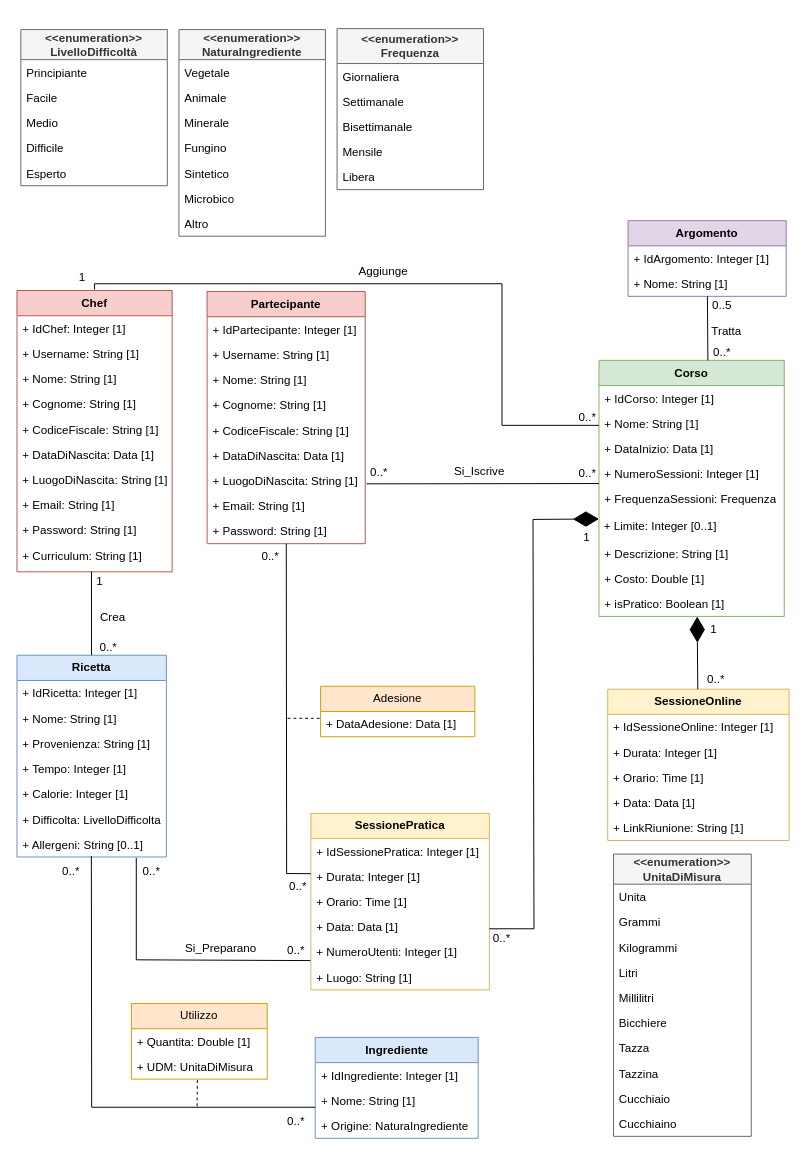
Above: Database/tmp concettuale/UninaFoodLab_UML_Ristrutturato.drawio in kiyx/UninaFoodLab (draw.io), before the change. Source tidied: cells renumbered, new cells numbered last; positions are measured from the earlier drawing's top-left corner, leaving out a move shared by most shapes. Both pictures are drawn from the tidied source at 97%, with x=0, y=0 at pixel (16, 28).
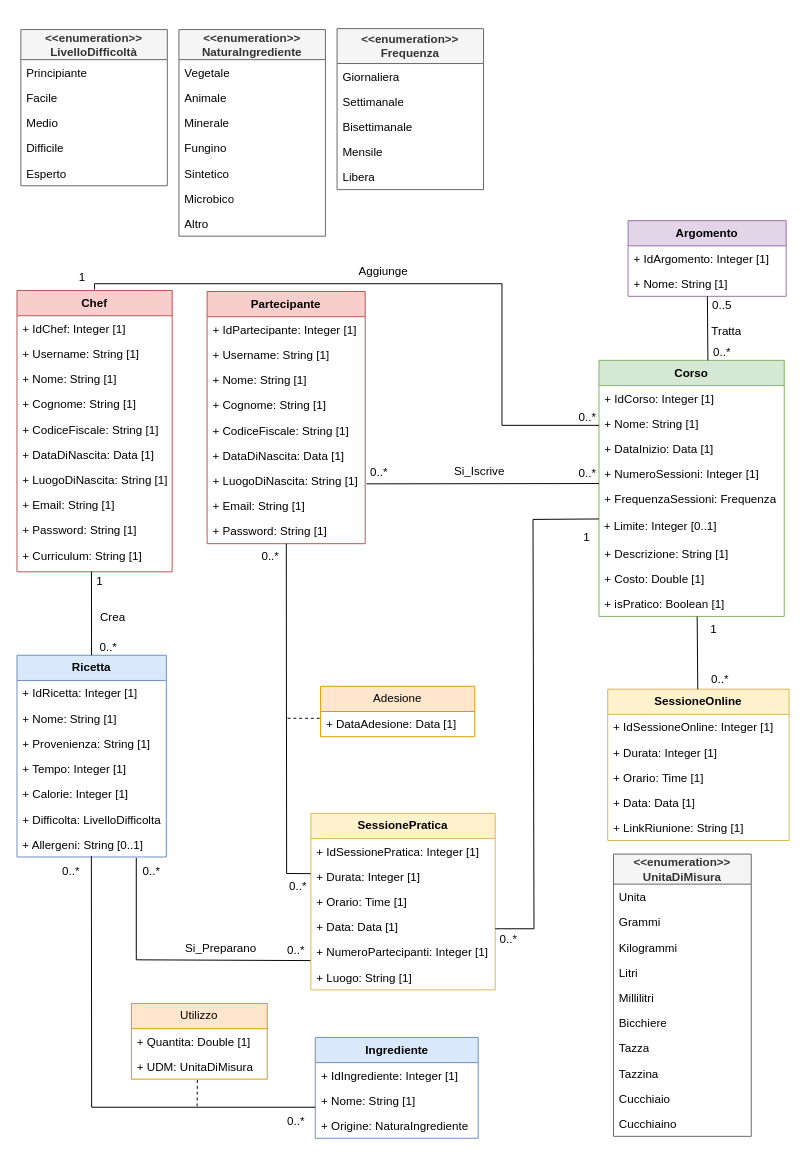
The same diagram, later.

Commit message (it also covers changes not shown here):
Update UML diagram and add project documentation PDF

Added 'Documentazione-BasiDiDati-OOBD2425_7 [pres].pdf' to the Database directory. Updated the UML diagram in 'UninaFoodLab_UML_Ristrutturato.drawio' with minor geometry adjustments, renamed an attribute in 'SessionePratica', and modified edge styles for improved clarity.

Unchanged cells that the change refers to:
```xml
<mxCell id="49" value="&amp;nbsp;+ Limite: Integer [0..1]" style="text;html=1;align=left;verticalAlign=middle;whiteSpace=wrap;rounded=0;" parent="43" vertex="1">
  <mxGeometry y="156" width="191" height="30" as="geometry" />
</mxCell>
<mxCell id="52" value="+ isPratico: Boolean [1]" style="text;strokeColor=none;fillColor=none;align=left;verticalAlign=top;spacingLeft=4;spacingRight=4;overflow=hidden;points=[[0,0.5],[1,0.5]];portConstraint=eastwest;whiteSpace=wrap;html=1;" parent="43" vertex="1">
  <mxGeometry y="238" width="191" height="26" as="geometry" />
</mxCell>
<mxCell id="101" value="&lt;b&gt;SessioneOnline&lt;/b&gt;" style="swimlane;fontStyle=0;horizontal=1;startSize=26;whiteSpace=wrap;html=1;fillColor=#fff2cc;strokeColor=#d6b656;" parent="1" vertex="1">
  <mxGeometry x="609" y="681" width="187" height="156" as="geometry" />
</mxCell>
```

The edit, as a diff of the source:
```diff
@@
     <mxCell id="5" value="0..*" style="text;html=1;align=center;verticalAlign=middle;whiteSpace=wrap;rounded=0;" parent="1" vertex="1">
-      <mxGeometry x="484" y="927.5" width="32" height="21" as="geometry" />
+      <mxGeometry x="491" y="928.5" width="32" height="21" as="geometry" />
     </mxCell>
@@
     <mxCell id="31" value="0..*" style="text;html=1;align=center;verticalAlign=middle;whiteSpace=wrap;rounded=0;" parent="1" vertex="1">
-      <mxGeometry x="705" y="660" width="32" height="21" as="geometry" />
+      <mxGeometry x="709" y="660" width="32" height="21" as="geometry" />
     </mxCell>
@@
     <mxCell id="56" value="&lt;b&gt;SessionePratica&lt;/b&gt;" style="swimlane;fontStyle=0;horizontal=1;startSize=26;whiteSpace=wrap;html=1;fillColor=#fff2cc;strokeColor=#d6b656;" parent="1" vertex="1">
-      <mxGeometry x="303" y="809" width="184" height="182" as="geometry" />
+      <mxGeometry x="303" y="809" width="190" height="182" as="geometry" />
     </mxCell>
     <mxCell id="57" value="+ IdSessionePratica: Integer [1]" style="text;strokeColor=none;fillColor=none;align=left;verticalAlign=top;spacingLeft=4;spacingRight=4;overflow=hidden;whiteSpace=wrap;html=1;" parent="56" vertex="1">
-      <mxGeometry y="26" width="184" height="26" as="geometry" />
+      <mxGeometry y="26" width="190" height="26" as="geometry" />
     </mxCell>
     <mxCell id="58" value="+ Durata: Integer [1]" style="text;strokeColor=none;fillColor=none;align=left;verticalAlign=top;spacingLeft=4;spacingRight=4;overflow=hidden;points=[[0,0.5],[1,0.5]];portConstraint=eastwest;whiteSpace=wrap;html=1;" parent="56" vertex="1">
-      <mxGeometry y="52" width="184" height="26" as="geometry" />
+      <mxGeometry y="52" width="190" height="26" as="geometry" />
     </mxCell>
     <mxCell id="59" value="+ Orario:&amp;nbsp;&lt;span class=&quot;router-outlet-wrapper ng-tns-c4274809755-0&quot;&gt;Time [1]&lt;/span&gt;" style="text;strokeColor=none;fillColor=none;align=left;verticalAlign=top;spacingLeft=4;spacingRight=4;overflow=hidden;whiteSpace=wrap;html=1;" parent="56" vertex="1">
-      <mxGeometry y="78" width="184" height="26" as="geometry" />
+      <mxGeometry y="78" width="190" height="26" as="geometry" />
     </mxCell>
     <mxCell id="60" value="+ Data: Data [1]" style="text;strokeColor=none;fillColor=none;align=left;verticalAlign=top;spacingLeft=4;spacingRight=4;overflow=hidden;whiteSpace=wrap;html=1;" parent="56" vertex="1">
-      <mxGeometry y="104" width="184" height="26" as="geometry" />
+      <mxGeometry y="104" width="190" height="26" as="geometry" />
     </mxCell>
-    <mxCell id="61" value="+ NumeroUtenti: Integer [1]" style="text;strokeColor=none;fillColor=none;align=left;verticalAlign=top;spacingLeft=4;spacingRight=4;overflow=hidden;whiteSpace=wrap;html=1;" parent="56" vertex="1">
-      <mxGeometry y="130" width="184" height="26" as="geometry" />
+    <mxCell id="61" value="+ NumeroPartecipanti: Integer [1]" style="text;strokeColor=none;fillColor=none;align=left;verticalAlign=top;spacingLeft=4;spacingRight=4;overflow=hidden;whiteSpace=wrap;html=1;" parent="56" vertex="1">
+      <mxGeometry y="130" width="190" height="26" as="geometry" />
     </mxCell>
     <mxCell id="62" value="+ Luogo: String [1]" style="text;strokeColor=none;fillColor=none;align=left;verticalAlign=top;spacingLeft=4;spacingRight=4;overflow=hidden;whiteSpace=wrap;html=1;" parent="56" vertex="1">
-      <mxGeometry y="156" width="184" height="26" as="geometry" />
+      <mxGeometry y="156" width="190" height="26" as="geometry" />
     </mxCell>
@@
-    <mxCell id="112" style="endArrow=diamondThin;endFill=1;endSize=24;html=1;rounded=0;entryX=0.53;entryY=1.005;entryDx=0;entryDy=0;entryPerimeter=0;" parent="1" edge="1" source="101" target="52">
+    <mxCell id="112" style="endArrow=none;endFill=0;endSize=24;html=1;rounded=0;entryX=0.53;entryY=1.005;entryDx=0;entryDy=0;entryPerimeter=0;" parent="1" edge="1" source="101" target="52">
       <mxGeometry relative="1" as="geometry" />
     </mxCell>
-    <mxCell id="113" style="endArrow=diamondThin;endFill=1;endSize=24;html=1;rounded=0;entryX=0;entryY=0.25;entryDx=0;entryDy=0;" parent="1" edge="1" target="49">
+    <mxCell id="113" style="endArrow=none;endFill=0;endSize=24;html=1;rounded=0;entryX=0;entryY=0.25;entryDx=0;entryDy=0;" parent="1" edge="1" target="49">
       <mxGeometry relative="1" as="geometry">
-        <mxPoint x="487" y="928" as="sourcePoint" />
+        <mxPoint x="493" y="928" as="sourcePoint" />
         <Array as="points">
           <mxPoint x="533" y="928" />
           <mxPoint x="532" y="506" />
         </Array>
       </mxGeometry>
     </mxCell>
```
